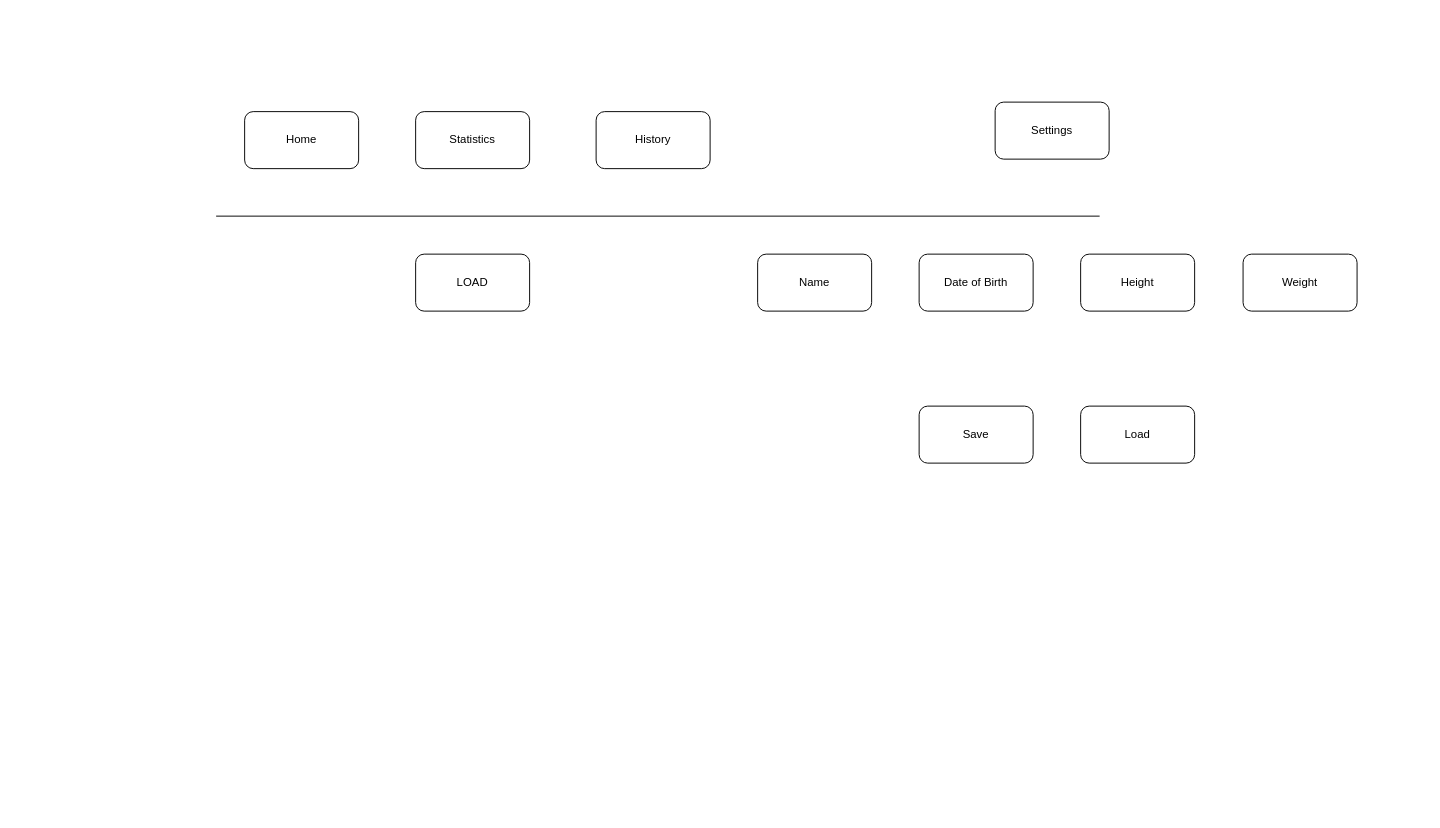
Earlier version of the draw.io diagram Untitled Diagram.drawio (zshgs/draw.io). Source tidied: cells renumbered, new cells numbered last; positions are measured from the earlier drawing's top-left corner, leaving out a move shared by most shapes. Both pictures are drawn from the tidied source at 95%, with x=0, y=0 at pixel (216, 102). Pictures stored in the file or linked from it are replaced by grey dashed boxes.
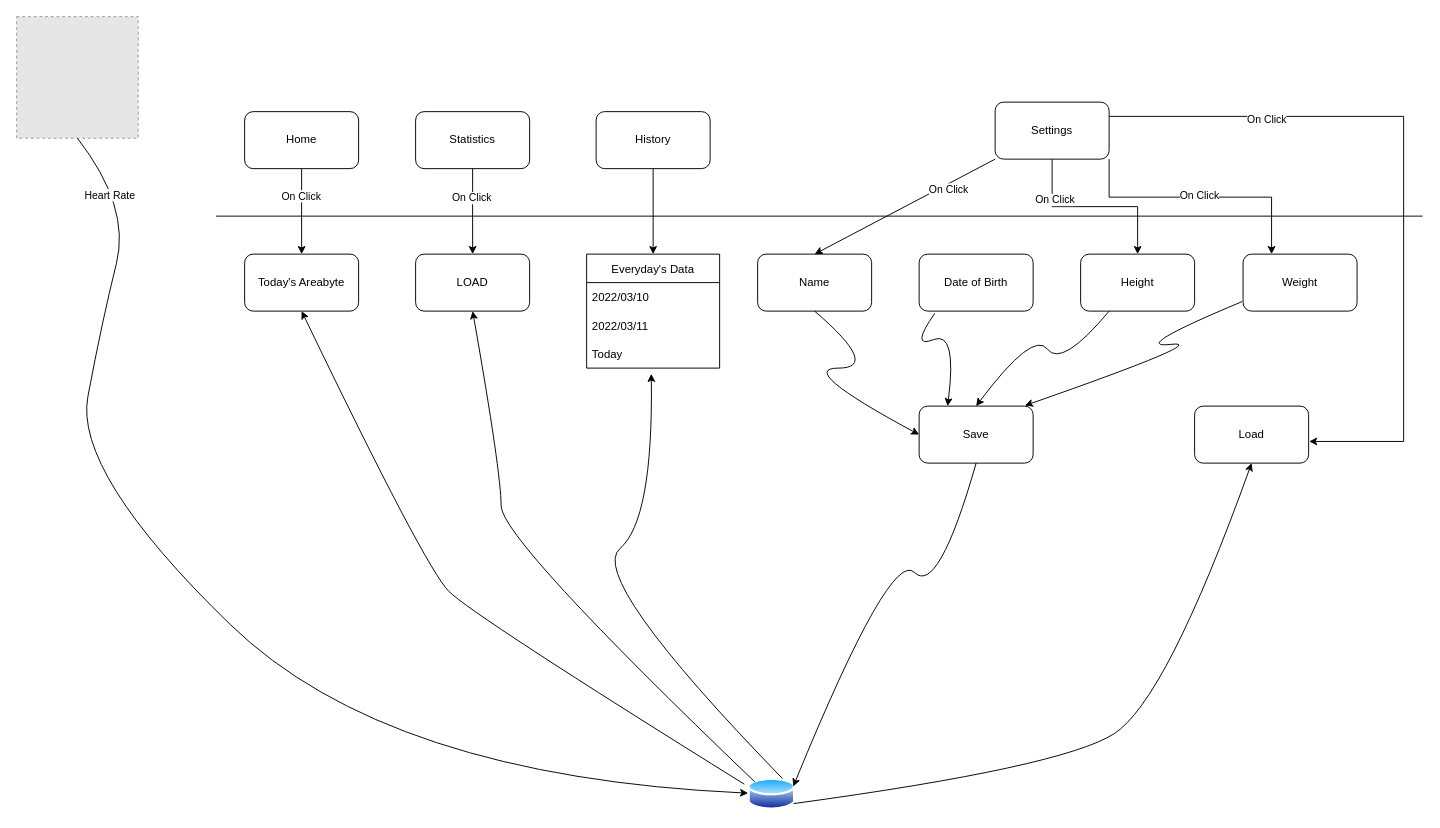
After the change.

The change refers to these unchanged cells:
```xml
<mxCell id="2" value="Home" style="rounded=1;whiteSpace=wrap;html=1;" parent="1" vertex="1">
  <mxGeometry x="30" y="10" width="120" height="60" as="geometry" />
</mxCell>
<mxCell id="3" value="Statistics" style="rounded=1;whiteSpace=wrap;html=1;" parent="1" vertex="1">
  <mxGeometry x="210" y="10" width="120" height="60" as="geometry" />
</mxCell>
<mxCell id="4" value="History" style="rounded=1;whiteSpace=wrap;html=1;" parent="1" vertex="1">
  <mxGeometry x="400" y="10" width="120" height="60" as="geometry" />
</mxCell>
<mxCell id="5" value="Settings" style="rounded=1;whiteSpace=wrap;html=1;" parent="1" vertex="1">
  <mxGeometry x="820" width="120" height="60" as="geometry" />
</mxCell>
<mxCell id="6" value="Name" style="rounded=1;whiteSpace=wrap;html=1;" parent="1" vertex="1">
  <mxGeometry x="570" y="160" width="120" height="60" as="geometry" />
</mxCell>
<mxCell id="8" value="Date of Birth" style="rounded=1;whiteSpace=wrap;html=1;" parent="1" vertex="1">
  <mxGeometry x="740" y="160" width="120" height="60" as="geometry" />
</mxCell>
<mxCell id="9" value="Height" style="rounded=1;whiteSpace=wrap;html=1;" parent="1" vertex="1">
  <mxGeometry x="910" y="160" width="120" height="60" as="geometry" />
</mxCell>
<mxCell id="10" value="Weight" style="rounded=1;whiteSpace=wrap;html=1;" parent="1" vertex="1">
  <mxGeometry x="1081" y="160" width="120" height="60" as="geometry" />
</mxCell>
<mxCell id="11" value="Save" style="rounded=1;whiteSpace=wrap;html=1;" parent="1" vertex="1">
  <mxGeometry x="740" y="320" width="120" height="60" as="geometry" />
</mxCell>
<mxCell id="13" value="LOAD" style="rounded=1;whiteSpace=wrap;html=1;" parent="1" vertex="1">
  <mxGeometry x="210" y="160" width="120" height="60" as="geometry" />
</mxCell>
```

The edit, as a diff of the source:
```diff
@@
+    <mxCell id="14" style="edgeStyle=orthogonalEdgeStyle;rounded=0;jettySize=auto;html=1;entryX=0.5;entryY=0;entryDx=0;entryDy=0;" parent="1" edge="1" source="3" target="13">
+      <mxGeometry relative="1" as="geometry" />
+    </mxCell>
+    <mxCell id="15" value="On Click" style="edgeLabel;html=1;align=center;verticalAlign=middle;" parent="14" vertex="1">
+      <mxGeometry x="-0.33" y="-2" relative="1" as="geometry" />
+    </mxCell>
@@
+    <mxCell id="16" style="edgeStyle=orthogonalEdgeStyle;rounded=0;jettySize=auto;html=1;entryX=0.5;entryY=0;entryDx=0;entryDy=0;" parent="1" edge="1" source="4" target="32">
+      <mxGeometry relative="1" as="geometry" />
+    </mxCell>
@@
+    <mxCell id="17" style="edgeStyle=orthogonalEdgeStyle;rounded=0;jettySize=auto;html=1;" parent="1" edge="1" source="5" target="9">
+      <mxGeometry relative="1" as="geometry" />
+    </mxCell>
+    <mxCell id="18" value="On Click" style="edgeLabel;html=1;align=center;verticalAlign=middle;" parent="17" vertex="1">
+      <mxGeometry x="-0.56" y="2" relative="1" as="geometry" />
+    </mxCell>
+    <mxCell id="19" style="edgeStyle=orthogonalEdgeStyle;rounded=0;jettySize=auto;html=1;exitX=1;exitY=1;exitDx=0;exitDy=0;entryX=0.25;entryY=0;entryDx=0;entryDy=0;" parent="1" edge="1" source="5" target="10">
+      <mxGeometry relative="1" as="geometry">
+        <Array as="points">
+          <mxPoint x="940" y="100" />
+          <mxPoint x="1111" y="100" />
+        </Array>
+      </mxGeometry>
+    </mxCell>
+    <mxCell id="20" value="On Click" style="edgeLabel;html=1;align=center;verticalAlign=middle;" parent="19" vertex="1">
+      <mxGeometry x="-0.01" y="3" relative="1" as="geometry" />
+    </mxCell>
+    <mxCell id="21" style="edgeStyle=orthogonalEdgeStyle;rounded=0;jettySize=auto;html=1;exitX=1;exitY=0.25;exitDx=0;exitDy=0;entryX=1.004;entryY=0.62;entryDx=0;entryDy=0;entryPerimeter=0;" parent="1" edge="1" source="5" target="12">
+      <mxGeometry relative="1" as="geometry">
+        <Array as="points">
+          <mxPoint x="1250" y="15" />
+          <mxPoint x="1250" y="357" />
+        </Array>
+      </mxGeometry>
+    </mxCell>
+    <mxCell id="22" value="On Click" style="edgeLabel;html=1;align=center;verticalAlign=middle;" parent="21" vertex="1">
+      <mxGeometry x="-0.56" y="-2" relative="1" as="geometry" />
+    </mxCell>
@@
     <mxCell id="7" style="endArrow=none;html=1;rounded=0;" parent="1" edge="1">
       <mxGeometry relative="1" as="geometry">
         <mxPoint y="120" as="sourcePoint" />
-        <mxPoint x="930" y="120" as="targetPoint" />
+        <mxPoint x="1270" y="120" as="targetPoint" />
       </mxGeometry>
     </mxCell>
@@
     <mxCell id="12" value="Load" style="rounded=1;whiteSpace=wrap;html=1;" parent="1" vertex="1">
-      <mxGeometry x="910" y="320" width="120" height="60" as="geometry" />
+      <mxGeometry x="1030" y="320" width="120" height="60" as="geometry" />
     </mxCell>
@@
+    <mxCell id="23" style="curved=1;endArrow=classic;html=1;rounded=0;exitX=0.5;exitY=1;exitDx=0;exitDy=0;entryX=0;entryY=0.5;entryDx=0;entryDy=0;" parent="1" edge="1" source="6" target="11">
+      <mxGeometry relative="1" as="geometry">
+        <Array as="points">
+          <mxPoint x="700" y="280" />
+          <mxPoint x="610" y="280" />
+        </Array>
+      </mxGeometry>
+    </mxCell>
+    <mxCell id="24" style="curved=1;endArrow=classic;html=1;rounded=0;exitX=0.138;exitY=1.037;exitDx=0;exitDy=0;exitPerimeter=0;entryX=0.25;entryY=0;entryDx=0;entryDy=0;" parent="1" edge="1" source="8" target="11">
+      <mxGeometry relative="1" as="geometry">
+        <Array as="points">
+          <mxPoint x="730" y="260" />
+          <mxPoint x="780" y="240" />
+        </Array>
+      </mxGeometry>
+    </mxCell>
+    <mxCell id="25" style="curved=1;endArrow=classic;html=1;rounded=0;exitX=0.25;exitY=1;exitDx=0;exitDy=0;entryX=0.5;entryY=0;entryDx=0;entryDy=0;" parent="1" edge="1" source="9" target="11">
+      <mxGeometry relative="1" as="geometry">
+        <Array as="points">
+          <mxPoint x="890" y="280" />
+          <mxPoint x="860" y="240" />
+        </Array>
+      </mxGeometry>
+    </mxCell>
+    <mxCell id="26" style="curved=1;endArrow=classic;html=1;rounded=0;entryX=0.928;entryY=-0.01;entryDx=0;entryDy=0;entryPerimeter=0;" parent="1" edge="1" target="11">
+      <mxGeometry relative="1" as="geometry">
+        <mxPoint x="1080" y="210" as="sourcePoint" />
+        <Array as="points">
+          <mxPoint x="960" y="260" />
+          <mxPoint x="1050" y="250" />
+        </Array>
+      </mxGeometry>
+    </mxCell>
+    <mxCell id="27" value="Today's Areabyte" style="rounded=1;whiteSpace=wrap;html=1;" parent="1" vertex="1">
+      <mxGeometry x="30" y="160" width="120" height="60" as="geometry" />
+    </mxCell>
+    <mxCell id="28" style="fillColor=#E6E6E6;strokeColor=#999999;dashed=1;html=1;verticalAlign=top;verticalLabelPosition=bottom;labelBackgroundColor=#ffffff;" parent="1" vertex="1">
+      <mxGeometry x="-210" y="-90" width="128" height="128" as="geometry" />
+    </mxCell>
+    <mxCell id="29" style="curved=1;endArrow=classic;html=1;rounded=0;exitX=0.5;exitY=1;exitDx=0;exitDy=0;" parent="1" edge="1" source="28" target="31">
+      <mxGeometry relative="1" as="geometry">
+        <Array as="points">
+          <mxPoint x="-90" y="110" />
+          <mxPoint x="-120" y="230" />
+          <mxPoint x="-150" y="390" />
+          <mxPoint x="180" y="710" />
+        </Array>
+      </mxGeometry>
+    </mxCell>
+    <mxCell id="30" value="Heart Rate" style="edgeLabel;html=1;align=center;verticalAlign=middle;" parent="29" vertex="1">
+      <mxGeometry x="-0.89" y="-10" relative="1" as="geometry" />
+    </mxCell>
+    <mxCell id="31" style="perimeter=ellipsePerimeter;html=1;align=center;shadow=0;dashed=0;spacingTop=3;image;image=img/lib/active_directory/database.svg;" parent="1" vertex="1">
+      <mxGeometry x="560" y="710" width="50" height="37" as="geometry" />
+    </mxCell>
+    <mxCell id="32" value="Everyday's Data" style="swimlane;fontStyle=0;horizontal=1;startSize=30;" parent="1" vertex="1">
+      <mxGeometry x="390" y="160" width="140" height="120" as="geometry" />
+    </mxCell>
+    <mxCell id="33" value="2022/03/10" style="text;strokeColor=none;fillColor=none;align=left;verticalAlign=middle;spacingLeft=4;spacingRight=4;overflow=hidden;" parent="32" vertex="1">
+      <mxGeometry y="30" width="140" height="30" as="geometry" />
+    </mxCell>
+    <mxCell id="34" value="2022/03/11" style="text;strokeColor=none;fillColor=none;align=left;verticalAlign=middle;spacingLeft=4;spacingRight=4;overflow=hidden;" parent="32" vertex="1">
+      <mxGeometry y="60" width="140" height="30" as="geometry" />
+    </mxCell>
+    <mxCell id="35" value="Today" style="text;strokeColor=none;fillColor=none;align=left;verticalAlign=middle;spacingLeft=4;spacingRight=4;overflow=hidden;points=[[0,0.5],[1,0.5]];portConstraint=eastwest;" parent="32" vertex="1">
+      <mxGeometry y="90" width="140" height="30" as="geometry" />
+    </mxCell>
+    <mxCell id="36" style="curved=1;endArrow=classic;html=1;rounded=0;entryX=1;entryY=0.25;entryDx=0;entryDy=0;exitX=0.5;exitY=1;exitDx=0;exitDy=0;" parent="1" edge="1" source="11" target="31">
+      <mxGeometry relative="1" as="geometry">
+        <Array as="points">
+          <mxPoint x="760" y="520" />
+          <mxPoint x="710" y="470" />
+        </Array>
+      </mxGeometry>
+    </mxCell>
+    <mxCell id="37" style="curved=1;endArrow=classic;html=1;rounded=0;exitX=0.958;exitY=0.767;exitDx=0;exitDy=0;entryX=0.5;entryY=1;entryDx=0;entryDy=0;exitPerimeter=0;" parent="1" edge="1" source="31" target="12">
+      <mxGeometry relative="1" as="geometry">
+        <Array as="points">
+          <mxPoint x="890" y="700" />
+          <mxPoint x="1000" y="630" />
+        </Array>
+      </mxGeometry>
+    </mxCell>
+    <mxCell id="38" style="curved=1;endArrow=classic;html=1;rounded=0;entryX=0.486;entryY=1.2;entryDx=0;entryDy=0;entryPerimeter=0;exitX=0.75;exitY=0;exitDx=0;exitDy=0;" parent="1" edge="1" source="31" target="35">
+      <mxGeometry relative="1" as="geometry">
+        <Array as="points">
+          <mxPoint x="390" y="500" />
+          <mxPoint x="460" y="440" />
+        </Array>
+      </mxGeometry>
+    </mxCell>
+    <mxCell id="39" style="curved=1;endArrow=classic;html=1;rounded=0;exitX=0;exitY=0;exitDx=0;exitDy=0;entryX=0.5;entryY=1;entryDx=0;entryDy=0;" parent="1" edge="1" source="31" target="13">
+      <mxGeometry relative="1" as="geometry">
+        <Array as="points">
+          <mxPoint x="300" y="460" />
+          <mxPoint x="300" y="390" />
+        </Array>
+      </mxGeometry>
+    </mxCell>
+    <mxCell id="40" style="curved=1;endArrow=classic;html=1;rounded=0;entryX=0.5;entryY=1;entryDx=0;entryDy=0;exitX=-0.08;exitY=0.216;exitDx=0;exitDy=0;exitPerimeter=0;" parent="1" edge="1" source="31" target="27">
+      <mxGeometry relative="1" as="geometry">
+        <Array as="points">
+          <mxPoint x="270" y="540" />
+          <mxPoint x="220" y="490" />
+        </Array>
+      </mxGeometry>
+    </mxCell>
+    <mxCell id="41" style="endArrow=classic;html=1;rounded=0;exitX=0.5;exitY=1;exitDx=0;exitDy=0;entryX=0.5;entryY=0;entryDx=0;entryDy=0;" parent="1" edge="1" source="2" target="27">
+      <mxGeometry relative="1" as="geometry" />
+    </mxCell>
+    <mxCell id="42" value="On Click&amp;nbsp;" style="edgeLabel;html=1;align=center;verticalAlign=middle;" parent="41" vertex="1">
+      <mxGeometry x="-0.38" y="2" relative="1" as="geometry">
+        <mxPoint x="-2" as="offset" />
+      </mxGeometry>
+    </mxCell>
+    <mxCell id="43" style="endArrow=classic;html=1;rounded=0;exitX=0;exitY=1;exitDx=0;exitDy=0;entryX=0.5;entryY=0;entryDx=0;entryDy=0;" parent="1" edge="1" source="5" target="6">
+      <mxGeometry relative="1" as="geometry" />
+    </mxCell>
+    <mxCell id="44" value="On Click" style="edgeLabel;html=1;align=center;verticalAlign=middle;" parent="43" vertex="1">
+      <mxGeometry x="-0.45" y="5" relative="1" as="geometry" />
+    </mxCell>
```
